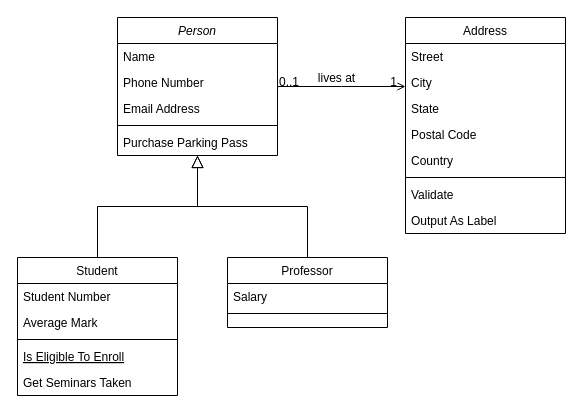
GableDauterive19/GableRepository keeps this draw.io diagram as DauteriveTermProject.drawio. Above is the earlier version. Source tidied: cells renumbered, new cells numbered last; positions are measured from the earlier drawing's top-left corner, leaving out a move shared by most shapes. Both pictures are drawn from the tidied source at 100%, with x=0, y=0 at pixel (17, 17).
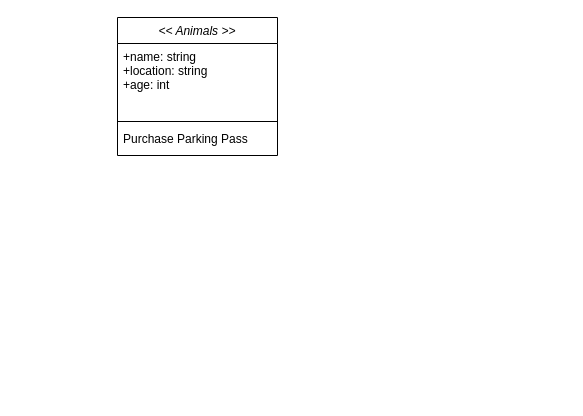
After the change.

Change to the diagram source:
```diff
@@
-    <mxCell id="2" value="Person" style="swimlane;fontStyle=2;align=center;verticalAlign=top;horizontal=1;startSize=26;rounded=0;shadow=0;strokeWidth=1;" parent="1" vertex="1">
+    <mxCell id="2" value="&lt;&lt; Animals &gt;&gt;" style="swimlane;fontStyle=2;align=center;verticalAlign=top;horizontal=1;startSize=26;rounded=0;shadow=0;strokeWidth=1;" parent="1" vertex="1">
       <mxGeometry x="100" width="160" height="138" as="geometry" />
     </mxCell>
-    <mxCell id="3" value="Name" style="text;align=left;verticalAlign=top;spacingLeft=4;spacingRight=4;overflow=hidden;" parent="2" vertex="1">
-      <mxGeometry y="26" width="160" height="26" as="geometry" />
+    <mxCell id="3" value="+name: string&#10;+location: string&#10;+age: int&#10;&#10;" style="text;align=left;verticalAlign=top;spacingLeft=4;spacingRight=4;overflow=hidden;" parent="2" vertex="1">
+      <mxGeometry y="26" width="160" height="74" as="geometry" />
     </mxCell>
-    <mxCell id="4" value="Phone Number" style="text;align=left;verticalAlign=top;spacingLeft=4;spacingRight=4;overflow=hidden;rounded=0;shadow=0;html=0;" parent="2" vertex="1">
-      <mxGeometry y="52" width="160" height="26" as="geometry" />
-    </mxCell>
-    <mxCell id="5" value="Email Address" style="text;align=left;verticalAlign=top;spacingLeft=4;spacingRight=4;overflow=hidden;rounded=0;shadow=0;html=0;" parent="2" vertex="1">
-      <mxGeometry y="78" width="160" height="26" as="geometry" />
-    </mxCell>
     <mxCell id="6" style="line;html=1;strokeWidth=1;align=left;verticalAlign=middle;spacingTop=-1;spacingLeft=3;spacingRight=3;labelPosition=right;" parent="2" vertex="1">
-      <mxGeometry y="104" width="160" height="8" as="geometry" />
+      <mxGeometry y="100" width="160" height="8" as="geometry" />
     </mxCell>
     <mxCell id="7" value="Purchase Parking Pass" style="text;align=left;verticalAlign=top;spacingLeft=4;spacingRight=4;overflow=hidden;" parent="2" vertex="1">
-      <mxGeometry y="112" width="160" height="26" as="geometry" />
+      <mxGeometry y="108" width="160" height="26" as="geometry" />
     </mxCell>
-    <mxCell id="8" value="Student" style="swimlane;fontStyle=0;align=center;verticalAlign=top;horizontal=1;startSize=26;rounded=0;shadow=0;strokeWidth=1;" parent="1" vertex="1">
-      <mxGeometry y="240" width="160" height="138" as="geometry" />
-    </mxCell>
-    <mxCell id="9" value="Student Number" style="text;align=left;verticalAlign=top;spacingLeft=4;spacingRight=4;overflow=hidden;" parent="8" vertex="1">
-      <mxGeometry y="26" width="160" height="26" as="geometry" />
-    </mxCell>
-    <mxCell id="10" value="Average Mark" style="text;align=left;verticalAlign=top;spacingLeft=4;spacingRight=4;overflow=hidden;rounded=0;shadow=0;html=0;" parent="8" vertex="1">
-      <mxGeometry y="52" width="160" height="26" as="geometry" />
-    </mxCell>
-    <mxCell id="11" style="line;html=1;strokeWidth=1;align=left;verticalAlign=middle;spacingTop=-1;spacingLeft=3;spacingRight=3;labelPosition=right;" parent="8" vertex="1">
-      <mxGeometry y="78" width="160" height="8" as="geometry" />
-    </mxCell>
-    <mxCell id="12" value="Is Eligible To Enroll" style="text;align=left;verticalAlign=top;spacingLeft=4;spacingRight=4;overflow=hidden;fontStyle=4;" parent="8" vertex="1">
-      <mxGeometry y="86" width="160" height="26" as="geometry" />
-    </mxCell>
-    <mxCell id="13" value="Get Seminars Taken" style="text;align=left;verticalAlign=top;spacingLeft=4;spacingRight=4;overflow=hidden;" parent="8" vertex="1">
-      <mxGeometry y="112" width="160" height="26" as="geometry" />
-    </mxCell>
-    <mxCell id="14" style="endArrow=block;endSize=10;endFill=0;shadow=0;strokeWidth=1;rounded=0;edgeStyle=elbowEdgeStyle;elbow=vertical;" parent="1" edge="1" source="8" target="2">
-      <mxGeometry relative="1" as="geometry" />
-    </mxCell>
-    <mxCell id="15" value="Professor" style="swimlane;fontStyle=0;align=center;verticalAlign=top;horizontal=1;startSize=26;rounded=0;shadow=0;strokeWidth=1;" parent="1" vertex="1">
-      <mxGeometry x="210" y="240" width="160" height="70" as="geometry" />
-    </mxCell>
-    <mxCell id="16" value="Salary" style="text;align=left;verticalAlign=top;spacingLeft=4;spacingRight=4;overflow=hidden;" parent="15" vertex="1">
-      <mxGeometry y="26" width="160" height="26" as="geometry" />
-    </mxCell>
-    <mxCell id="17" style="line;html=1;strokeWidth=1;align=left;verticalAlign=middle;spacingTop=-1;spacingLeft=3;spacingRight=3;labelPosition=right;" parent="15" vertex="1">
-      <mxGeometry y="52" width="160" height="8" as="geometry" />
-    </mxCell>
-    <mxCell id="18" style="endArrow=block;endSize=10;endFill=0;shadow=0;strokeWidth=1;rounded=0;edgeStyle=elbowEdgeStyle;elbow=vertical;" parent="1" edge="1" source="15" target="2">
-      <mxGeometry relative="1" as="geometry" />
-    </mxCell>
-    <mxCell id="19" value="Address" style="swimlane;fontStyle=0;align=center;verticalAlign=top;horizontal=1;startSize=26;rounded=0;shadow=0;strokeWidth=1;" parent="1" vertex="1">
-      <mxGeometry x="388" width="160" height="216" as="geometry" />
-    </mxCell>
-    <mxCell id="20" value="Street" style="text;align=left;verticalAlign=top;spacingLeft=4;spacingRight=4;overflow=hidden;" parent="19" vertex="1">
-      <mxGeometry y="26" width="160" height="26" as="geometry" />
-    </mxCell>
-    <mxCell id="21" value="City" style="text;align=left;verticalAlign=top;spacingLeft=4;spacingRight=4;overflow=hidden;rounded=0;shadow=0;html=0;" parent="19" vertex="1">
-      <mxGeometry y="52" width="160" height="26" as="geometry" />
-    </mxCell>
-    <mxCell id="22" value="State" style="text;align=left;verticalAlign=top;spacingLeft=4;spacingRight=4;overflow=hidden;rounded=0;shadow=0;html=0;" parent="19" vertex="1">
-      <mxGeometry y="78" width="160" height="26" as="geometry" />
-    </mxCell>
-    <mxCell id="23" value="Postal Code" style="text;align=left;verticalAlign=top;spacingLeft=4;spacingRight=4;overflow=hidden;rounded=0;shadow=0;html=0;" parent="19" vertex="1">
-      <mxGeometry y="104" width="160" height="26" as="geometry" />
-    </mxCell>
-    <mxCell id="24" value="Country" style="text;align=left;verticalAlign=top;spacingLeft=4;spacingRight=4;overflow=hidden;rounded=0;shadow=0;html=0;" parent="19" vertex="1">
-      <mxGeometry y="130" width="160" height="26" as="geometry" />
-    </mxCell>
-    <mxCell id="25" style="line;html=1;strokeWidth=1;align=left;verticalAlign=middle;spacingTop=-1;spacingLeft=3;spacingRight=3;labelPosition=right;" parent="19" vertex="1">
-      <mxGeometry y="156" width="160" height="8" as="geometry" />
-    </mxCell>
-    <mxCell id="26" value="Validate" style="text;align=left;verticalAlign=top;spacingLeft=4;spacingRight=4;overflow=hidden;" parent="19" vertex="1">
-      <mxGeometry y="164" width="160" height="26" as="geometry" />
-    </mxCell>
-    <mxCell id="27" value="Output As Label" style="text;align=left;verticalAlign=top;spacingLeft=4;spacingRight=4;overflow=hidden;" parent="19" vertex="1">
-      <mxGeometry y="190" width="160" height="26" as="geometry" />
-    </mxCell>
-    <mxCell id="28" style="endArrow=open;shadow=0;strokeWidth=1;rounded=0;endFill=1;edgeStyle=elbowEdgeStyle;elbow=vertical;" parent="1" edge="1" source="2" target="19">
-      <mxGeometry x="0.5" y="41" relative="1" as="geometry">
-        <mxPoint x="-40" y="32" as="offset" />
-      </mxGeometry>
-    </mxCell>
-    <mxCell id="29" value="0..1" style="align=left;verticalAlign=bottom;labelBackgroundColor=none;fontSize=12;" parent="28" vertex="1">
-      <mxGeometry x="-1" relative="1" as="geometry">
-        <mxPoint y="4" as="offset" />
-      </mxGeometry>
-    </mxCell>
-    <mxCell id="30" value="1" style="align=right;verticalAlign=bottom;labelBackgroundColor=none;fontSize=12;" parent="28" vertex="1">
-      <mxGeometry x="1" relative="1" as="geometry">
-        <mxPoint x="-7" y="4" as="offset" />
-      </mxGeometry>
-    </mxCell>
-    <mxCell id="31" value="lives at" style="text;html=1;align=center;verticalAlign=middle;labelBackgroundColor=none;rounded=0;shadow=0;strokeWidth=1;fontSize=12;" parent="28" vertex="1">
-      <mxGeometry x="0.5" y="49" relative="1" as="geometry">
-        <mxPoint x="-38" y="40" as="offset" />
-      </mxGeometry>
-    </mxCell>
```
